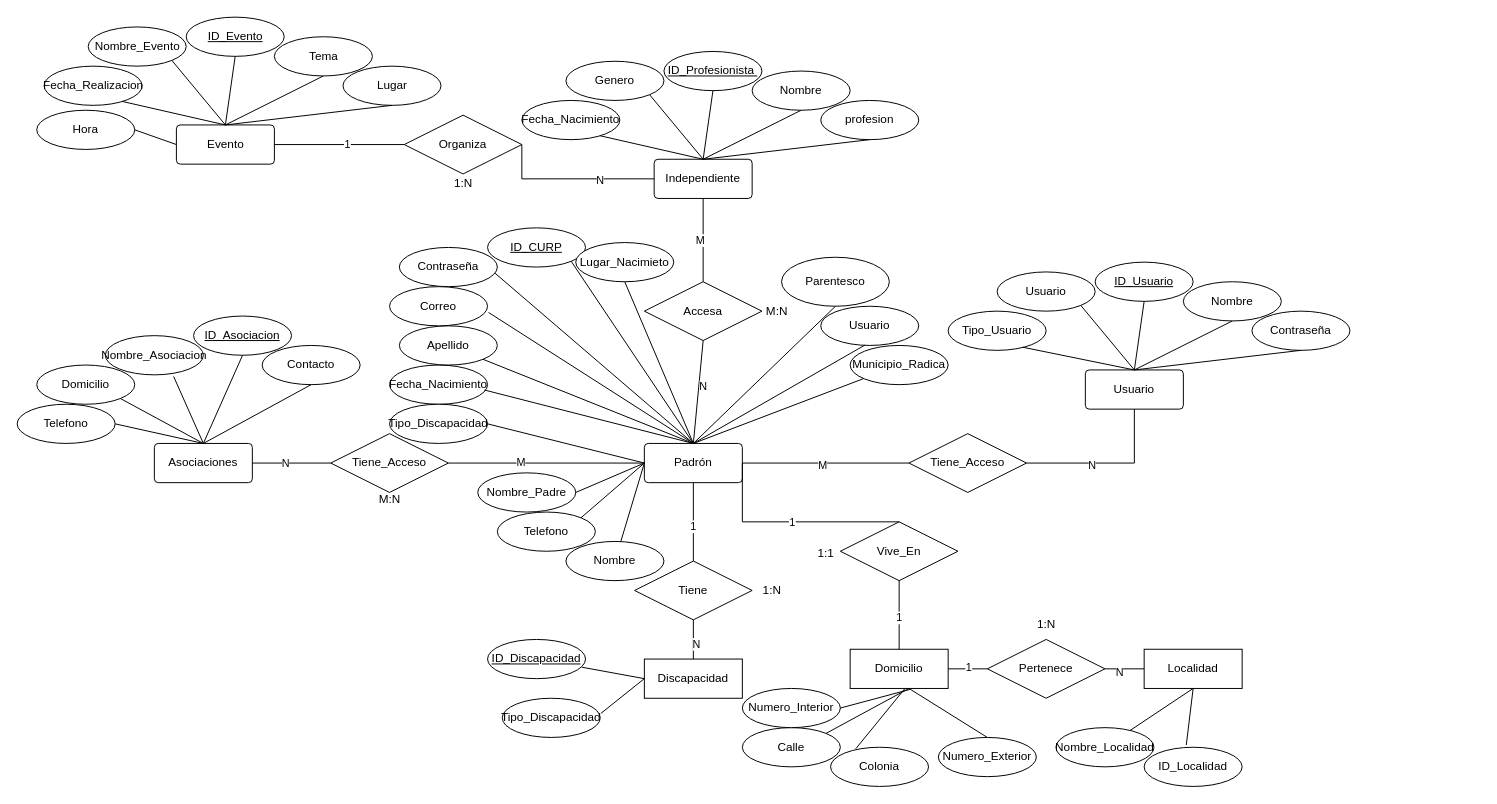
Earlier version of the draw.io diagram Diagrama sin título.drawio (OSCARCH2002/diagramas). Source tidied: cells renumbered, new cells numbered last; positions are measured from the earlier drawing's top-left corner, leaving out a move shared by most shapes. Both pictures are drawn from the tidied source at 98%, with x=0, y=0 at pixel (17, 17).
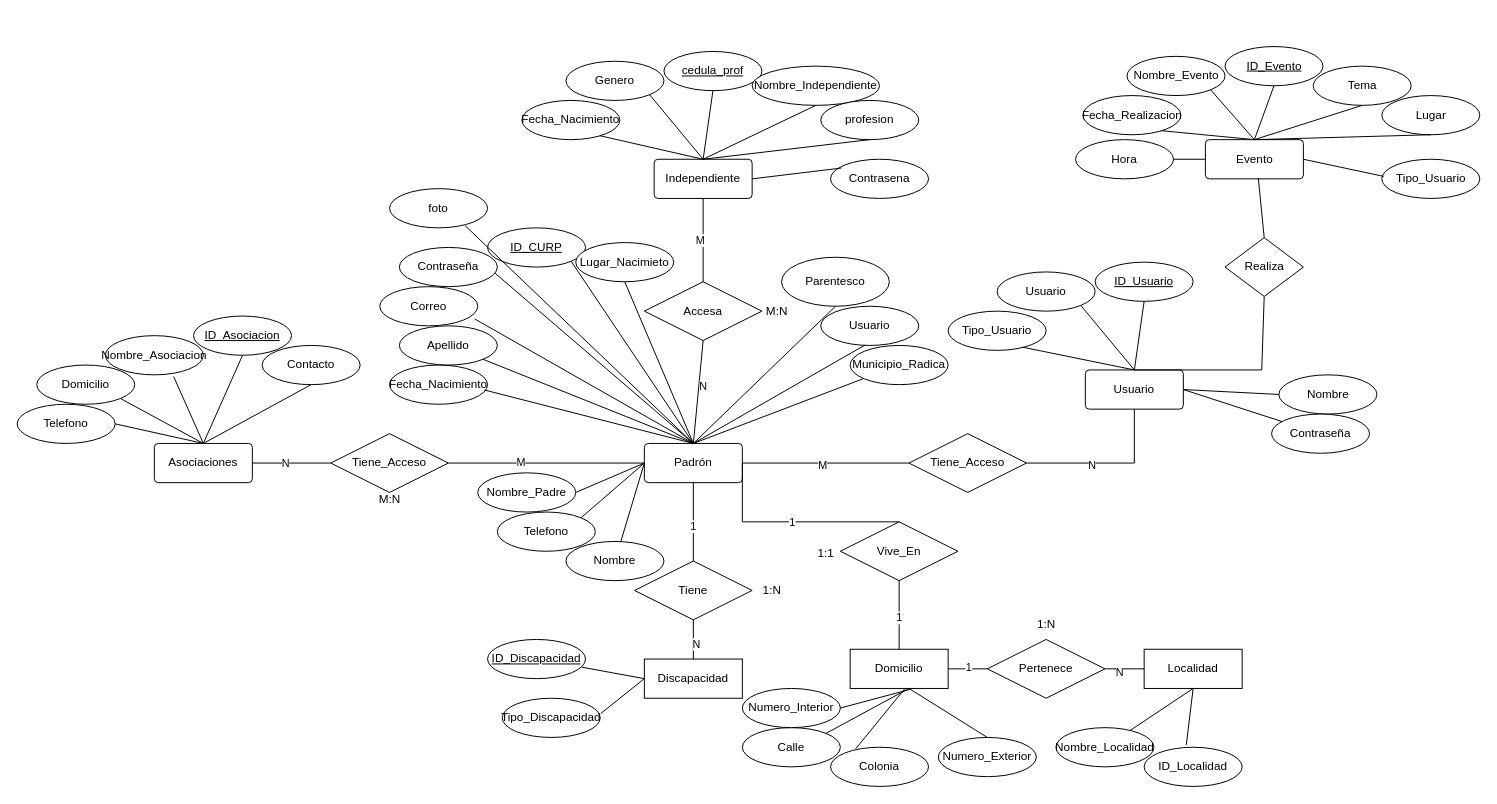
The same diagram, later.

The change refers to these unchanged cells:
```xml
<mxCell id="2" value="Padrón" style="rounded=1;arcSize=10;whiteSpace=wrap;html=1;align=center;" parent="1" vertex="1">
  <mxGeometry x="640" y="435" width="100" height="40" as="geometry" />
</mxCell>
<mxCell id="60" value="Usuario" style="rounded=1;arcSize=10;whiteSpace=wrap;html=1;align=center;" parent="1" vertex="1">
  <mxGeometry x="1090" y="360" width="100" height="40" as="geometry" />
</mxCell>
<mxCell id="92" value="Independiente" style="rounded=1;arcSize=10;whiteSpace=wrap;html=1;align=center;" parent="1" vertex="1">
  <mxGeometry x="650" y="145" width="100" height="40" as="geometry" />
</mxCell>
```

Diff of the diagram source:
```diff
@@
-    <mxCell id="9" value="Tipo_Discapacidad" style="ellipse;whiteSpace=wrap;html=1;align=center;" parent="1" vertex="1">
-      <mxGeometry x="380" y="395" width="100" height="40" as="geometry" />
-    </mxCell>
@@
-    <mxCell id="23" style="endArrow=none;html=1;rounded=0;exitX=1;exitY=0.5;exitDx=0;exitDy=0;entryX=0;entryY=0.5;entryDx=0;entryDy=0;" parent="1" edge="1" source="9" target="2">
-      <mxGeometry relative="1" as="geometry" />
-    </mxCell>
@@
     <mxCell id="62" value="Nombre" style="ellipse;whiteSpace=wrap;html=1;align=center;" parent="1" vertex="1">
-      <mxGeometry x="1190" y="270" width="100" height="40" as="geometry" />
+      <mxGeometry x="1287.5" y="365" width="100" height="40" as="geometry" />
     </mxCell>
@@
     <mxCell id="65" value="Contraseña" style="ellipse;whiteSpace=wrap;html=1;align=center;" parent="1" vertex="1">
-      <mxGeometry x="1260" y="300" width="100" height="40" as="geometry" />
+      <mxGeometry x="1280" y="405" width="100" height="40" as="geometry" />
     </mxCell>
@@
-    <mxCell id="69" style="endArrow=none;html=1;rounded=0;entryX=0.5;entryY=0;entryDx=0;entryDy=0;exitX=0.5;exitY=1;exitDx=0;exitDy=0;" parent="1" edge="1" source="62" target="60">
+    <mxCell id="69" style="endArrow=none;html=1;rounded=0;entryX=1;entryY=0.5;entryDx=0;entryDy=0;exitX=0;exitY=0.5;exitDx=0;exitDy=0;" parent="1" edge="1" source="62" target="60">
       <mxGeometry relative="1" as="geometry" />
     </mxCell>
-    <mxCell id="70" style="endArrow=none;html=1;rounded=0;entryX=0.5;entryY=0;entryDx=0;entryDy=0;exitX=0.5;exitY=1;exitDx=0;exitDy=0;" parent="1" edge="1" source="65" target="60">
+    <mxCell id="70" style="endArrow=none;html=1;rounded=0;entryX=1;entryY=0.5;entryDx=0;entryDy=0;exitX=0.105;exitY=0.19;exitDx=0;exitDy=0;exitPerimeter=0;" parent="1" edge="1" source="65" target="60">
       <mxGeometry relative="1" as="geometry" />
     </mxCell>
@@
-    <mxCell id="93" value="&lt;span style=&quot;text-align: left;&quot;&gt;ID_Profesionista&amp;nbsp;&lt;/span&gt;" style="ellipse;whiteSpace=wrap;html=1;align=center;fontStyle=4;" parent="1" vertex="1">
+    <mxCell id="93" value="cedula_prof" style="ellipse;whiteSpace=wrap;html=1;align=center;fontStyle=4;" parent="1" vertex="1">
       <mxGeometry x="660" y="35" width="100" height="40" as="geometry" />
     </mxCell>
-    <mxCell id="94" value="Nombre" style="ellipse;whiteSpace=wrap;html=1;align=center;" parent="1" vertex="1">
-      <mxGeometry x="750" y="55" width="100" height="40" as="geometry" />
+    <mxCell id="94" value="Nombre_Independiente" style="ellipse;whiteSpace=wrap;html=1;align=center;" parent="1" vertex="1">
+      <mxGeometry x="750" y="50" width="130" height="40" as="geometry" />
     </mxCell>
@@
     <mxCell id="103" value="Correo" style="ellipse;whiteSpace=wrap;html=1;align=center;" parent="1" vertex="1">
-      <mxGeometry x="380" y="275" width="100" height="40" as="geometry" />
+      <mxGeometry x="370" y="275" width="100" height="40" as="geometry" />
     </mxCell>
@@
-    <mxCell id="105" style="endArrow=none;html=1;rounded=0;entryX=1.01;entryY=0.658;entryDx=0;entryDy=0;exitX=0.5;exitY=0;exitDx=0;exitDy=0;entryPerimeter=0;" parent="1" edge="1" source="2" target="103">
+    <mxCell id="105" style="endArrow=none;html=1;rounded=0;entryX=0.97;entryY=0.825;entryDx=0;entryDy=0;exitX=0.5;exitY=0;exitDx=0;exitDy=0;entryPerimeter=0;" parent="1" edge="1" source="2" target="103">
       <mxGeometry relative="1" as="geometry" />
     </mxCell>
@@
     <mxCell id="111" value="Evento" style="rounded=1;arcSize=10;whiteSpace=wrap;html=1;align=center;" parent="1" vertex="1">
-      <mxGeometry x="162.5" y="110" width="100" height="40" as="geometry" />
+      <mxGeometry x="1212.5" y="125" width="100" height="40" as="geometry" />
     </mxCell>
     <mxCell id="112" value="&lt;span style=&quot;text-align: left;&quot;&gt;ID_Evento&lt;/span&gt;" style="ellipse;whiteSpace=wrap;html=1;align=center;fontStyle=4;" parent="1" vertex="1">
-      <mxGeometry x="172.5" width="100" height="40" as="geometry" />
+      <mxGeometry x="1232.5" y="30" width="100" height="40" as="geometry" />
     </mxCell>
     <mxCell id="113" value="Tema" style="ellipse;whiteSpace=wrap;html=1;align=center;" parent="1" vertex="1">
-      <mxGeometry x="262.5" y="20" width="100" height="40" as="geometry" />
+      <mxGeometry x="1322.5" y="50" width="100" height="40" as="geometry" />
     </mxCell>
     <mxCell id="114" value="Nombre_Evento" style="ellipse;whiteSpace=wrap;html=1;align=center;" parent="1" vertex="1">
-      <mxGeometry x="72.5" y="10" width="100" height="40" as="geometry" />
+      <mxGeometry x="1132.5" y="40" width="100" height="40" as="geometry" />
     </mxCell>
     <mxCell id="115" value="Lugar" style="ellipse;whiteSpace=wrap;html=1;align=center;" parent="1" vertex="1">
-      <mxGeometry x="332.5" y="50" width="100" height="40" as="geometry" />
+      <mxGeometry x="1392.5" y="80" width="100" height="40" as="geometry" />
     </mxCell>
@@
     <mxCell id="121" value="Fecha_Realizacion" style="ellipse;whiteSpace=wrap;html=1;align=center;" parent="1" vertex="1">
-      <mxGeometry x="27.5" y="50" width="100" height="40" as="geometry" />
+      <mxGeometry x="1087.5" y="80" width="100" height="40" as="geometry" />
     </mxCell>
     <mxCell id="122" value="Hora" style="ellipse;whiteSpace=wrap;html=1;align=center;" parent="1" vertex="1">
-      <mxGeometry x="20" y="95" width="100" height="40" as="geometry" />
+      <mxGeometry x="1080" y="125" width="100" height="40" as="geometry" />
     </mxCell>
@@
-    <mxCell id="124" value="Organiza" style="shape=rhombus;perimeter=rhombusPerimeter;whiteSpace=wrap;html=1;align=center;" parent="1" vertex="1">
-      <mxGeometry x="395" y="100" width="120" height="60" as="geometry" />
-    </mxCell>
-    <mxCell id="125" style="endArrow=none;html=1;rounded=0;exitX=1;exitY=0.5;exitDx=0;exitDy=0;entryX=0;entryY=0.5;entryDx=0;entryDy=0;" parent="1" edge="1" source="111" target="124">
-      <mxGeometry relative="1" as="geometry" />
-    </mxCell>
-    <mxCell id="126" value="1" style="edgeLabel;html=1;align=center;verticalAlign=middle;" parent="125" vertex="1">
-      <mxGeometry x="0.11" y="1" relative="1" as="geometry" />
-    </mxCell>
-    <mxCell id="127" style="endArrow=none;html=1;rounded=0;entryX=1;entryY=0.5;entryDx=0;entryDy=0;exitX=0;exitY=0.5;exitDx=0;exitDy=0;" parent="1" edge="1" source="92" target="124">
-      <mxGeometry relative="1" as="geometry">
-        <Array as="points">
-          <mxPoint x="515" y="165" />
-        </Array>
-      </mxGeometry>
-    </mxCell>
-    <mxCell id="128" value="N" style="edgeLabel;html=1;align=center;verticalAlign=middle;" parent="127" vertex="1">
-      <mxGeometry x="-0.34" y="1" relative="1" as="geometry" />
-    </mxCell>
@@
-    <mxCell id="134" value="1:N" style="text;html=1;align=center;verticalAlign=middle;strokeColor=none;fillColor=none;" parent="1" vertex="1">
-      <mxGeometry x="435" y="155" width="40" height="30" as="geometry" />
-    </mxCell>
+    <mxCell id="135" value="Realiza" style="rhombus;whiteSpace=wrap;html=1;" parent="1" vertex="1">
+      <mxGeometry x="1232.5" y="225" width="80" height="60" as="geometry" />
+    </mxCell>
+    <mxCell id="136" value="Tipo_Usuario" style="ellipse;whiteSpace=wrap;html=1;align=center;" parent="1" vertex="1">
+      <mxGeometry x="1392.5" y="145" width="100" height="40" as="geometry" />
+    </mxCell>
+    <mxCell id="137" value="foto" style="ellipse;whiteSpace=wrap;html=1;align=center;" parent="1" vertex="1">
+      <mxGeometry x="380" y="175" width="100" height="40" as="geometry" />
+    </mxCell>
+    <mxCell id="138" style="endArrow=none;html=1;rounded=0;entryX=0.77;entryY=0.942;entryDx=0;entryDy=0;exitX=0.5;exitY=0;exitDx=0;exitDy=0;entryPerimeter=0;" parent="1" edge="1" source="2" target="137">
+      <mxGeometry relative="1" as="geometry" />
+    </mxCell>
+    <mxCell id="139" style="endArrow=none;html=1;rounded=0;entryX=0.5;entryY=0;entryDx=0;entryDy=0;exitX=0.5;exitY=1;exitDx=0;exitDy=0;" parent="1" edge="1" source="135" target="60">
+      <mxGeometry relative="1" as="geometry">
+        <Array as="points">
+          <mxPoint x="1270" y="360" />
+        </Array>
+      </mxGeometry>
+    </mxCell>
+    <mxCell id="140" style="endArrow=none;html=1;rounded=0;entryX=0.5;entryY=0;entryDx=0;entryDy=0;exitX=0.54;exitY=0.982;exitDx=0;exitDy=0;exitPerimeter=0;" parent="1" edge="1" source="111" target="135">
+      <mxGeometry relative="1" as="geometry" />
+    </mxCell>
+    <mxCell id="141" style="endArrow=none;html=1;rounded=0;entryX=1;entryY=0.5;entryDx=0;entryDy=0;exitX=0.019;exitY=0.437;exitDx=0;exitDy=0;exitPerimeter=0;" parent="1" edge="1" source="136" target="111">
+      <mxGeometry relative="1" as="geometry" />
+    </mxCell>
+    <mxCell id="142" value="Contrasena" style="ellipse;whiteSpace=wrap;html=1;align=center;" parent="1" vertex="1">
+      <mxGeometry x="830" y="145" width="100" height="40" as="geometry" />
+    </mxCell>
+    <mxCell id="143" style="endArrow=none;html=1;rounded=0;exitX=0.109;exitY=0.225;exitDx=0;exitDy=0;exitPerimeter=0;" parent="1" edge="1" source="142">
+      <mxGeometry relative="1" as="geometry">
+        <mxPoint x="750" y="165" as="targetPoint" />
+      </mxGeometry>
+    </mxCell>
```
